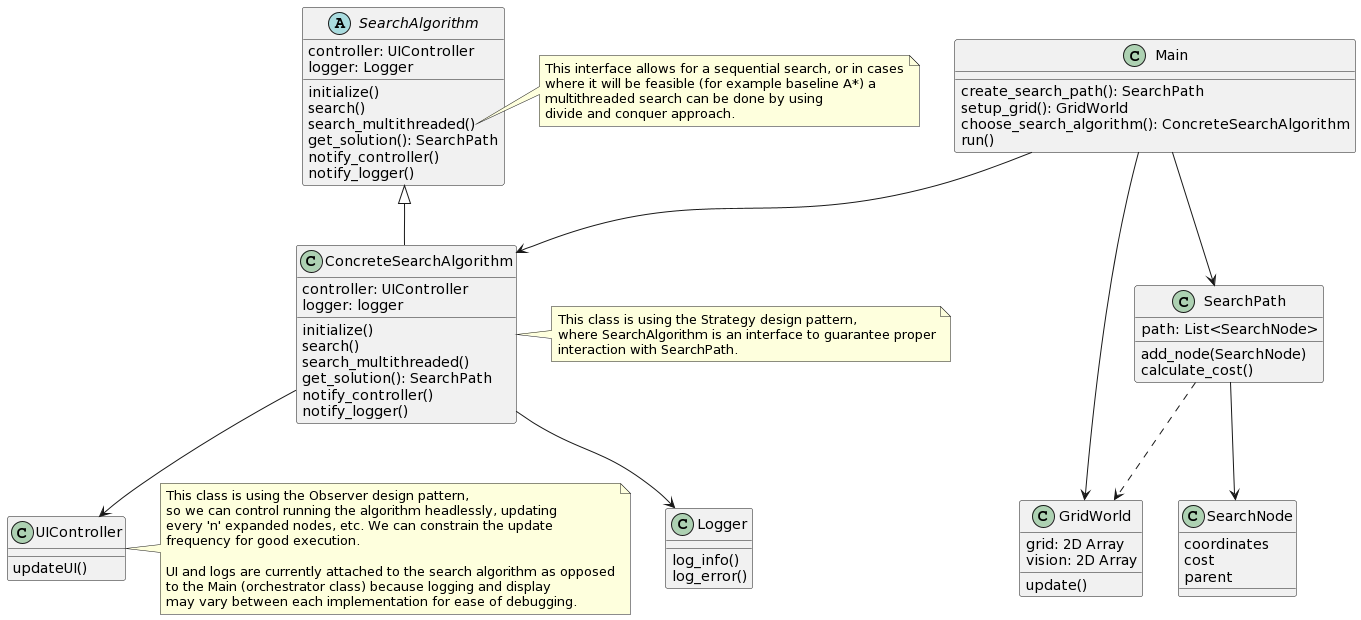
Before: docs/class_diagram.png, a diagram exported from PlantUML (gramos93/aco-boosted-variants). Its diagram source:
```plantuml
@startuml
class Main {
  create_search_path(): SearchPath
  setup_grid(): GridWorld
  choose_search_algorithm(): ConcreteSearchAlgorithm
  run()
}

class GridWorld {
  grid: 2D Array
  vision: 2D Array
  update()
}

class SearchPath {
  path: List<SearchNode>
  add_node(SearchNode)
  calculate_cost()
}

class SearchNode {
  coordinates
  cost
  parent
}

class Logger {
  log_info()
  log_error()
}

class UIController {
  updateUI()
}

abstract class SearchAlgorithm {
  controller: UIController
  logger: Logger
  initialize()
  search()
  search_multithreaded()
  get_solution(): SearchPath
  notify_controller()
  notify_logger()
}

class ConcreteSearchAlgorithm {
  controller: UIController
  logger: logger
  initialize()
  search()
  search_multithreaded()
  get_solution(): SearchPath
  notify_controller()
  notify_logger()
}

Main --> GridWorld
Main --> ConcreteSearchAlgorithm
Main  --> SearchPath
SearchPath -[dashed]-> GridWorld
SearchAlgorithm <|-- ConcreteSearchAlgorithm
ConcreteSearchAlgorithm --> UIController
ConcreteSearchAlgorithm --> Logger
SearchPath --> SearchNode

note right of ConcreteSearchAlgorithm
  This class is using the Strategy design pattern,
  where SearchAlgorithm is an interface to guarantee proper
  interaction with SearchPath.
end note

note right of UIController
  This class is using the Observer design pattern,
  so we can control running the algorithm headlessly, updating
  every 'n' expanded nodes, etc. We can constrain the update
  frequency for good execution.

  UI and logs are currently attached to the search algorithm as opposed
  to the Main (orchestrator class) because logging and display
  may vary between each implementation for ease of debugging.
end note

note right of SearchAlgorithm::search_multithreaded
  This interface allows for a sequential search, or in cases
  where it will be feasible (for example baseline A*) a
  multithreaded search can be done by using
  divide and conquer approach.
end note
@enduml
```
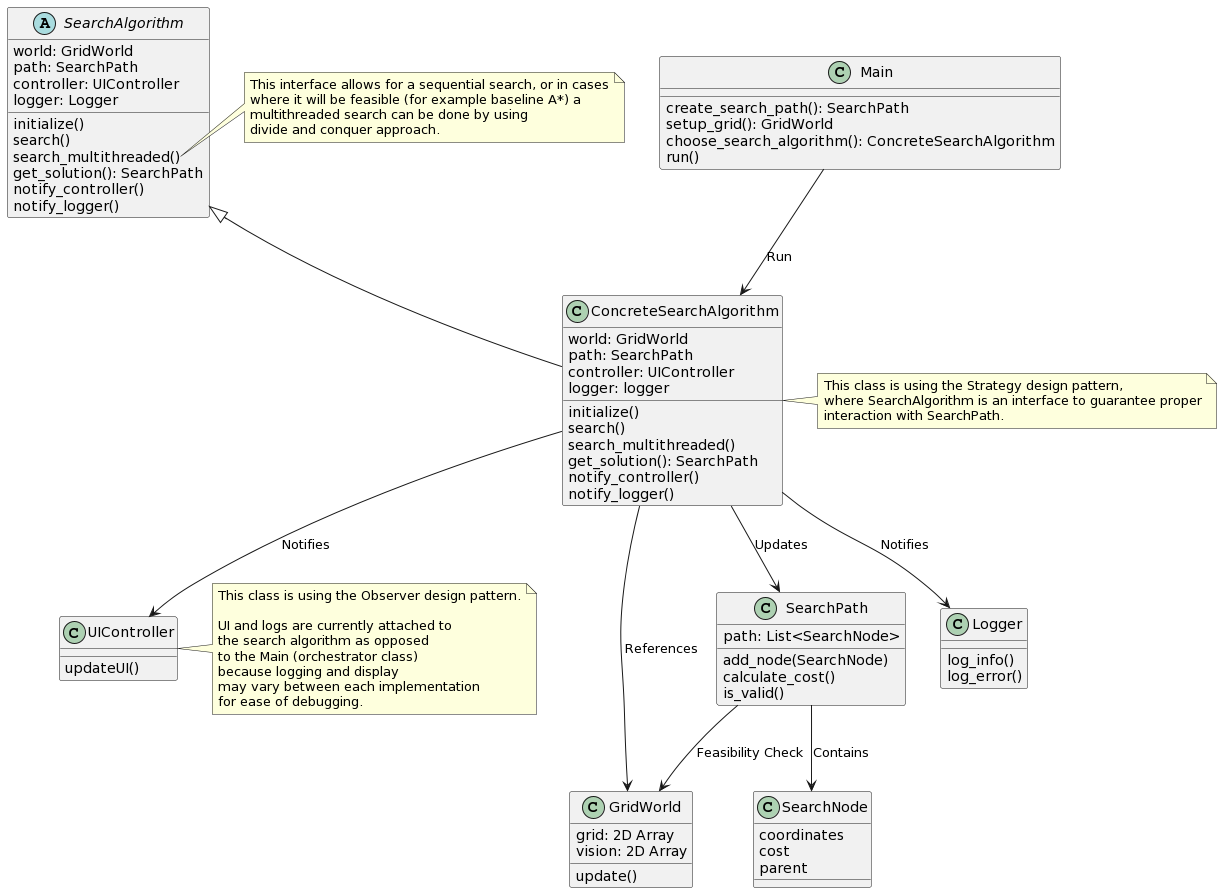
After the change.

Change to the diagram source:
```diff
@@ -16,6 +16,7 @@
   path: List<SearchNode>
   add_node(SearchNode)
   calculate_cost()
+  is_valid()
 }
 
 class SearchNode {
@@ -34,6 +35,8 @@
 }
 
 abstract class SearchAlgorithm {
+  world: GridWorld
+  path: SearchPath
   controller: UIController
   logger: Logger
   initialize()
@@ -45,6 +48,8 @@
 }
 
 class ConcreteSearchAlgorithm {
+  world: GridWorld
+  path: SearchPath
   controller: UIController
   logger: logger
   initialize()
@@ -55,14 +60,14 @@
   notify_logger()
 }
 
-Main --> GridWorld
-Main --> ConcreteSearchAlgorithm
-Main  --> SearchPath
-SearchPath -[dashed]-> GridWorld
+Main --> ConcreteSearchAlgorithm : Run
 SearchAlgorithm <|-- ConcreteSearchAlgorithm
-ConcreteSearchAlgorithm --> UIController
-ConcreteSearchAlgorithm --> Logger
-SearchPath --> SearchNode
+ConcreteSearchAlgorithm --> GridWorld : References
+ConcreteSearchAlgorithm --> SearchPath : Updates
+ConcreteSearchAlgorithm --> UIController : Notifies
+ConcreteSearchAlgorithm --> Logger : Notifies
+SearchPath --> SearchNode : Contains
+SearchPath --> GridWorld : Feasibility Check
 
 note right of ConcreteSearchAlgorithm
   This class is using the Strategy design pattern,
@@ -71,14 +76,14 @@
 end note
 
 note right of UIController
-  This class is using the Observer design pattern,
-  so we can control running the algorithm headlessly, updating
-  every 'n' expanded nodes, etc. We can constrain the update
-  frequency for good execution.
+  This class is using the Observer design pattern.
 
-  UI and logs are currently attached to the search algorithm as opposed
-  to the Main (orchestrator class) because logging and display
-  may vary between each implementation for ease of debugging.
+  UI and logs are currently attached to
+  the search algorithm as opposed
+  to the Main (orchestrator class)
+  because logging and display
+  may vary between each implementation
+  for ease of debugging.
 end note
 
 note right of SearchAlgorithm::search_multithreaded
```
